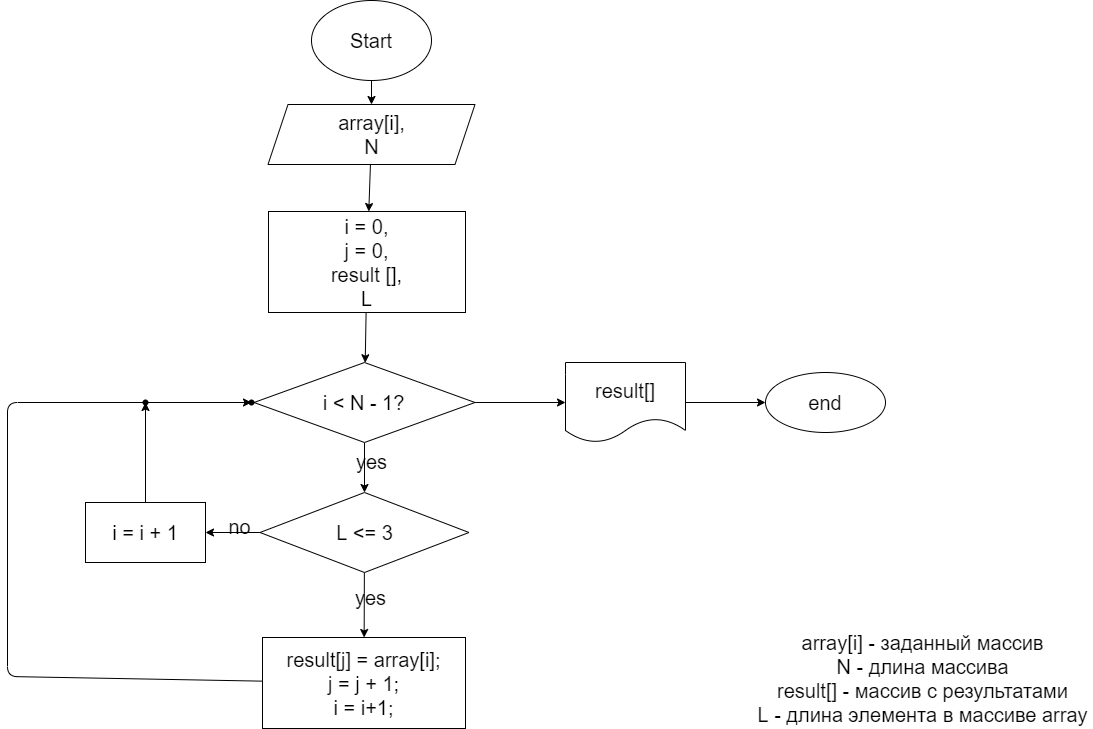
This is diagram.drawio.png from azl23/FinalHomework, a draw.io export, as it was before one commit. Source tidied: cells renumbered, new cells last; positions are measured from the earlier drawing's top-left corner, leaving out a move shared by most shapes.
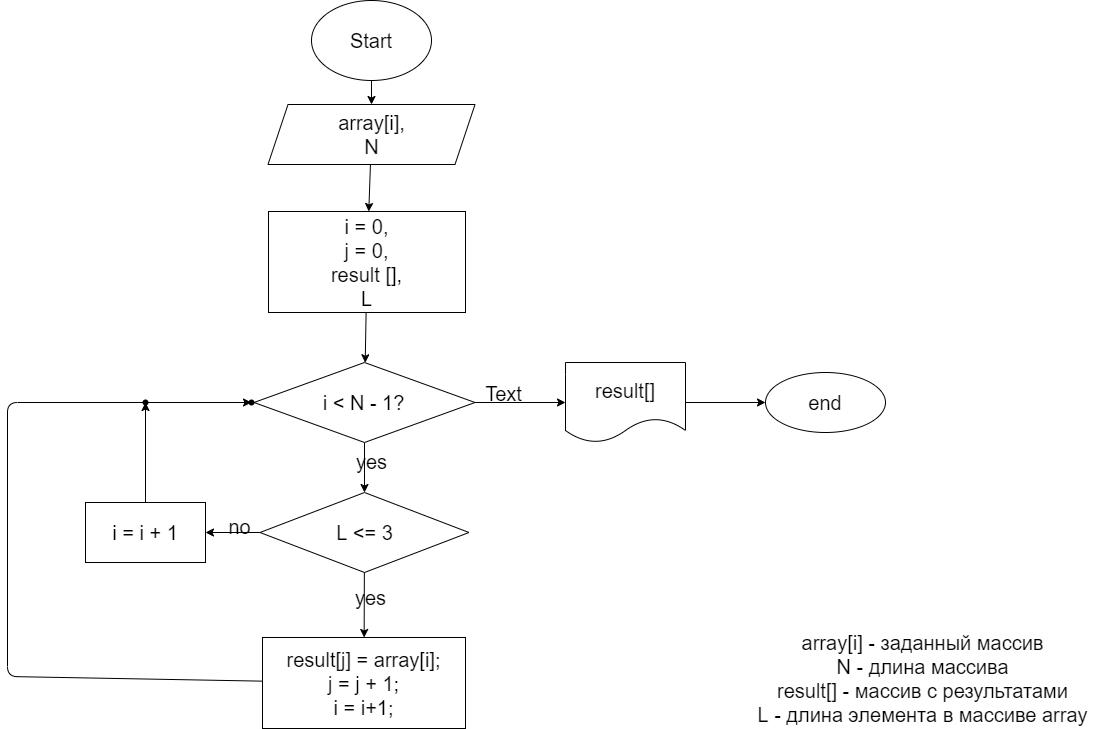
After the change.

Commit message:
корректировка  диаграммы

Diff of the diagram source:
```diff
@@ -82,5 +82,8 @@
     <mxCell id="26" value="array[i] - заданный массив&lt;br&gt;N - длина массива&lt;br&gt;result[] - массив с результатами&lt;br&gt;L - длина элемента в массиве array" style="text;html=1;align=center;verticalAlign=middle;strokeColor=none;fillColor=none;fontSize=20;" parent="1" vertex="1">
       <mxGeometry x="745" y="628" width="339" height="100" as="geometry" />
     </mxCell>
+    <mxCell id="27" value="Text" style="text;html=1;align=center;verticalAlign=middle;strokeColor=none;fillColor=none;fontSize=20;" parent="1" vertex="1">
+      <mxGeometry x="476" y="383" width="40" height="20" as="geometry" />
+    </mxCell>
   </root>
 </mxGraphModel>
```
